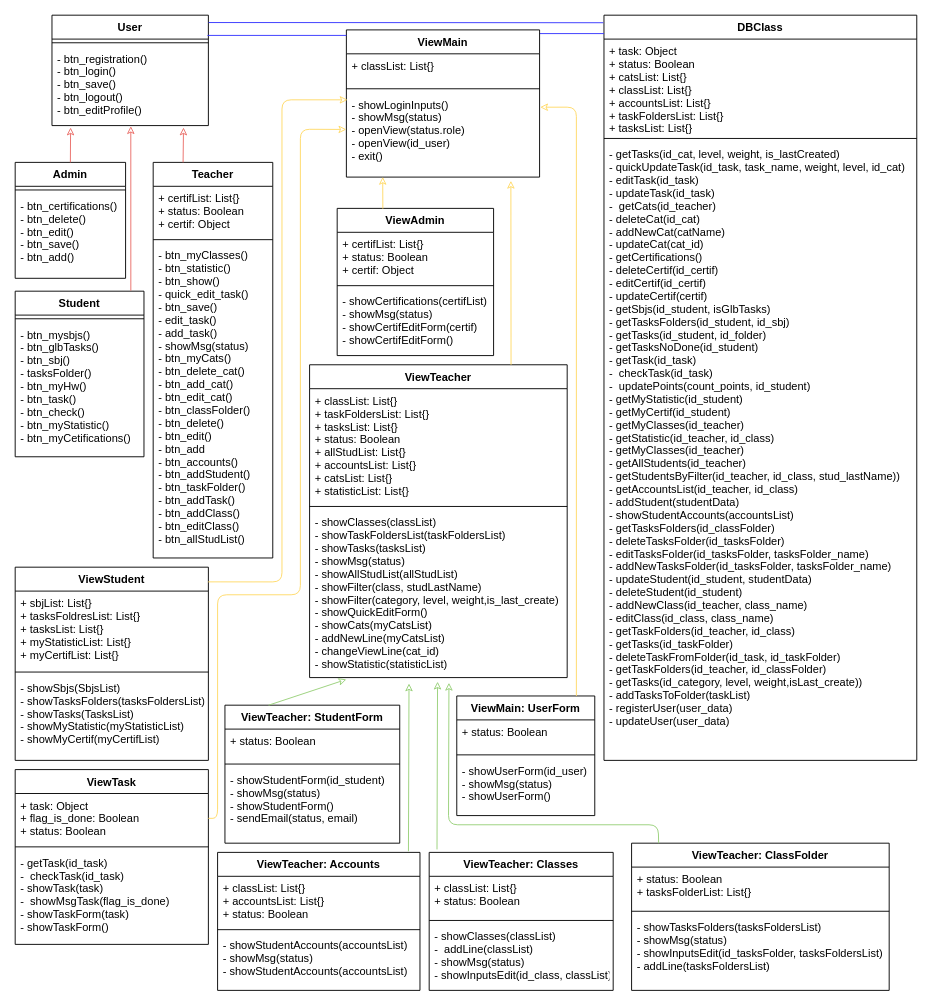
Earlier version of the draw.io diagram page "AllClasses" (9 of 10) of activity_diagram(all classes 3.02).drawio (alsousha/projectFinish). Source tidied: cells renumbered, new cells numbered last; positions are measured from the earlier drawing's top-left corner, leaving out a move shared by most shapes. Both pictures are drawn from the tidied source at 92%, with x=0, y=0 at pixel (15, 15).
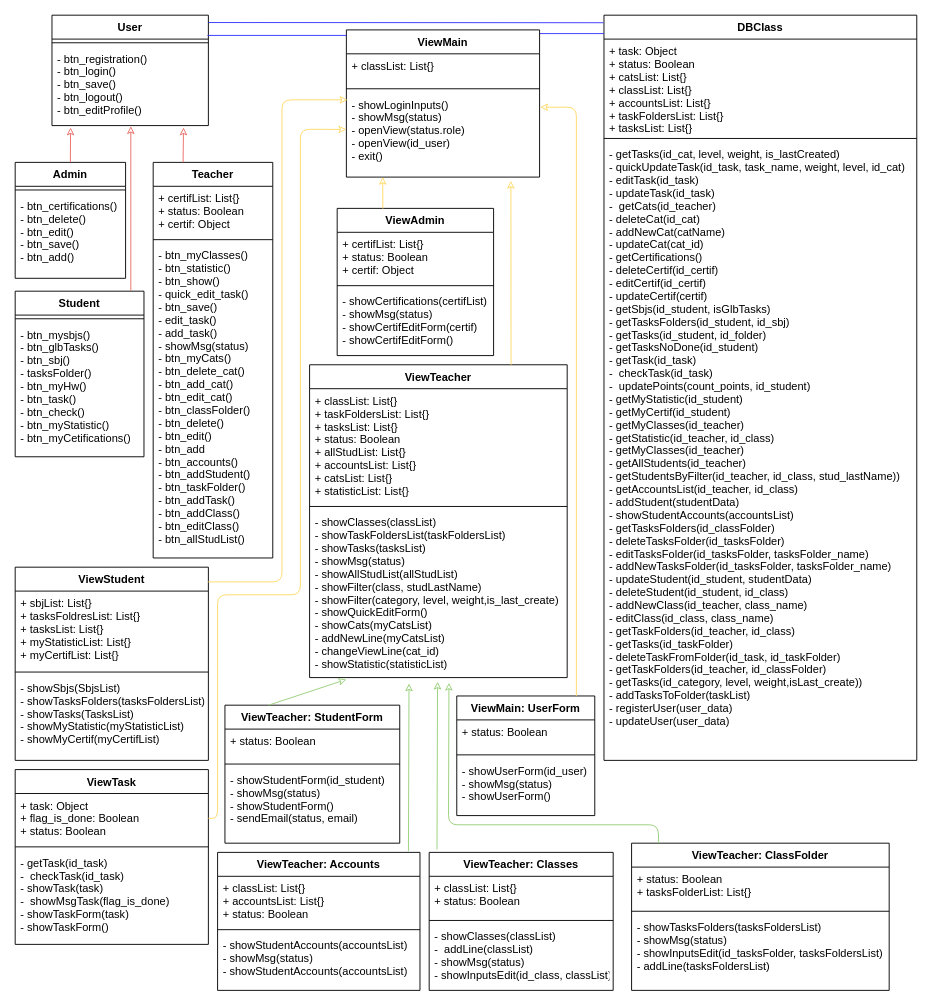
The same page after the edit.

Commit message (it also covers changes not shown here):
change erd, class diagram, activity and word

Unchanged cells that the change refers to:
```xml
<mxCell id="13" value="DBClass" style="swimlane;fontStyle=1;align=center;verticalAlign=top;horizontal=1;startSize=26;" parent="1" vertex="1">
  <mxGeometry x="640" width="340" height="810" as="geometry" />
</mxCell>
```

Change to the diagram source:
```diff
@@
-    <mxCell id="17" value="- getTasks(id_cat, level, weight, is_lastCreated)&#10;- quickUpdateTask(id_task, task_name, weight, level, id_cat) &#10;- editTask(id_task)&#10;- updateTask(id_task)&#10;-  getCats(id_teacher)&#10;- deleteCat(id_cat)&#10;- addNewCat(catName)&#10;- updateCat(cat_id)&#10;- getCertifications()&#10;- deleteCertif(id_certif)&#10;- editCertif(id_certif)&#10;- updateCertif(certif)&#10;- getSbjs(id_student, isGlbTasks)&#10;- getTasksFolders(id_student, id_sbj)&#10;- getTasks(id_student, id_folder)&#10;- getTasksNoDone(id_student)&#10;- getTask(id_task)&#10;-  checkTask(id_task)&#10;-  updatePoints(count_points, id_student)&#10;- getMyStatistic(id_student)&#10;- getMyCertif(id_student)&#10;- getMyClasses(id_teacher)&#10;- getStatistic(id_teacher, id_class)&#10;- getMyClasses(id_teacher)&#10;- getAllStudents(id_teacher)&#10;- getStudentsByFilter(id_teacher, id_class, stud_lastName))&#10;- getAccountsList(id_teacher, id_class)&#10;- addStudent(studentData)&#10;- showStudentAccounts(accountsList)&#10;- getTasksFolders(id_classFolder)&#10;- deleteTasksFolder(id_tasksFolder)&#10;- editTasksFolder(id_tasksFolder, tasksFolder_name)&#10;- addNewTasksFolder(id_tasksFolder, tasksFolder_name)&#10;- updateStudent(id_student, studentData)&#10;- deleteStudent(id_student)&#10;- addNewClass(id_teacher, class_name)&#10;- editClass(id_class, class_name)&#10;- getTaskFolders(id_teacher, id_class)&#10;- getTasks(id_taskFolder)&#10;- deleteTaskFromFolder(id_task, id_taskFolder)&#10;- getTaskFolders(id_teacher, id_classFolder)&#10;- getTasks(id_category, level, weight,isLast_create))&#10;- addTasksToFolder(taskList)&#10;- registerUser(user_data)&#10;- updateUser(user_data)&#10;&#10;&#10;" style="text;strokeColor=none;fillColor=none;align=left;verticalAlign=top;spacingLeft=4;spacingRight=4;overflow=hidden;" parent="13" vertex="1">
+    <mxCell id="17" value="- getTasks(id_cat, level, weight, is_lastCreated)&#10;- quickUpdateTask(id_task, task_name, weight, level, id_cat) &#10;- editTask(id_task)&#10;- updateTask(id_task)&#10;-  getCats(id_teacher)&#10;- deleteCat(id_cat)&#10;- addNewCat(catName)&#10;- updateCat(cat_id)&#10;- getCertifications()&#10;- deleteCertif(id_certif)&#10;- editCertif(id_certif)&#10;- updateCertif(certif)&#10;- getSbjs(id_student, isGlbTasks)&#10;- getTasksFolders(id_student, id_sbj)&#10;- getTasks(id_student, id_folder)&#10;- getTasksNoDone(id_student)&#10;- getTask(id_task)&#10;-  checkTask(id_task)&#10;-  updatePoints(count_points, id_student)&#10;- getMyStatistic(id_student)&#10;- getMyCertif(id_student)&#10;- getMyClasses(id_teacher)&#10;- getStatistic(id_teacher, id_class)&#10;- getMyClasses(id_teacher)&#10;- getAllStudents(id_teacher)&#10;- getStudentsByFilter(id_teacher, id_class, stud_lastName))&#10;- getAccountsList(id_teacher, id_class)&#10;- addStudent(studentData)&#10;- showStudentAccounts(accountsList)&#10;- getTasksFolders(id_classFolder)&#10;- deleteTasksFolder(id_tasksFolder)&#10;- editTasksFolder(id_tasksFolder, tasksFolder_name)&#10;- addNewTasksFolder(id_tasksFolder, tasksFolder_name)&#10;- updateStudent(id_student, studentData)&#10;- deleteStudent(id_student, id_class)&#10;- addNewClass(id_teacher, class_name)&#10;- editClass(id_class, class_name)&#10;- getTaskFolders(id_teacher, id_class)&#10;- getTasks(id_taskFolder)&#10;- deleteTaskFromFolder(id_task, id_taskFolder)&#10;- getTaskFolders(id_teacher, id_classFolder)&#10;- getTasks(id_category, level, weight,isLast_create))&#10;- addTasksToFolder(taskList)&#10;- registerUser(user_data)&#10;- updateUser(user_data)&#10;&#10;&#10;" style="text;strokeColor=none;fillColor=none;align=left;verticalAlign=top;spacingLeft=4;spacingRight=4;overflow=hidden;" parent="13" vertex="1">
       <mxGeometry y="138" width="340" height="672" as="geometry" />
     </mxCell>
```
